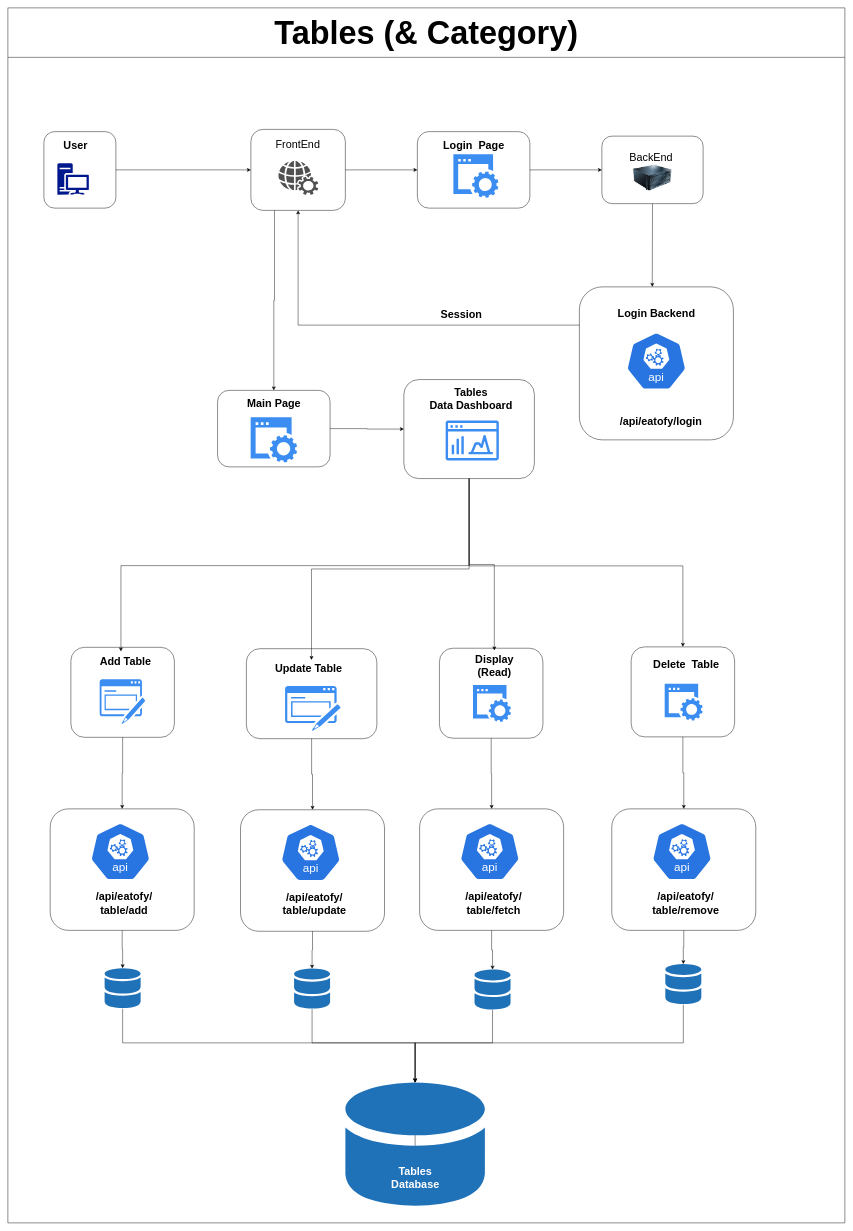
appnichetechnologies/Eatofy-System-Design keeps this draw.io diagram as page "Tables" (4 of 6) of eatofy.drawio. Above is the earlier version. Source tidied: cells renumbered, new cells numbered last; positions are measured from the earlier drawing's top-left corner, leaving out a move shared by most shapes. Both pictures are drawn from the tidied source at 45%, with x=0, y=0 at pixel (8, 8).
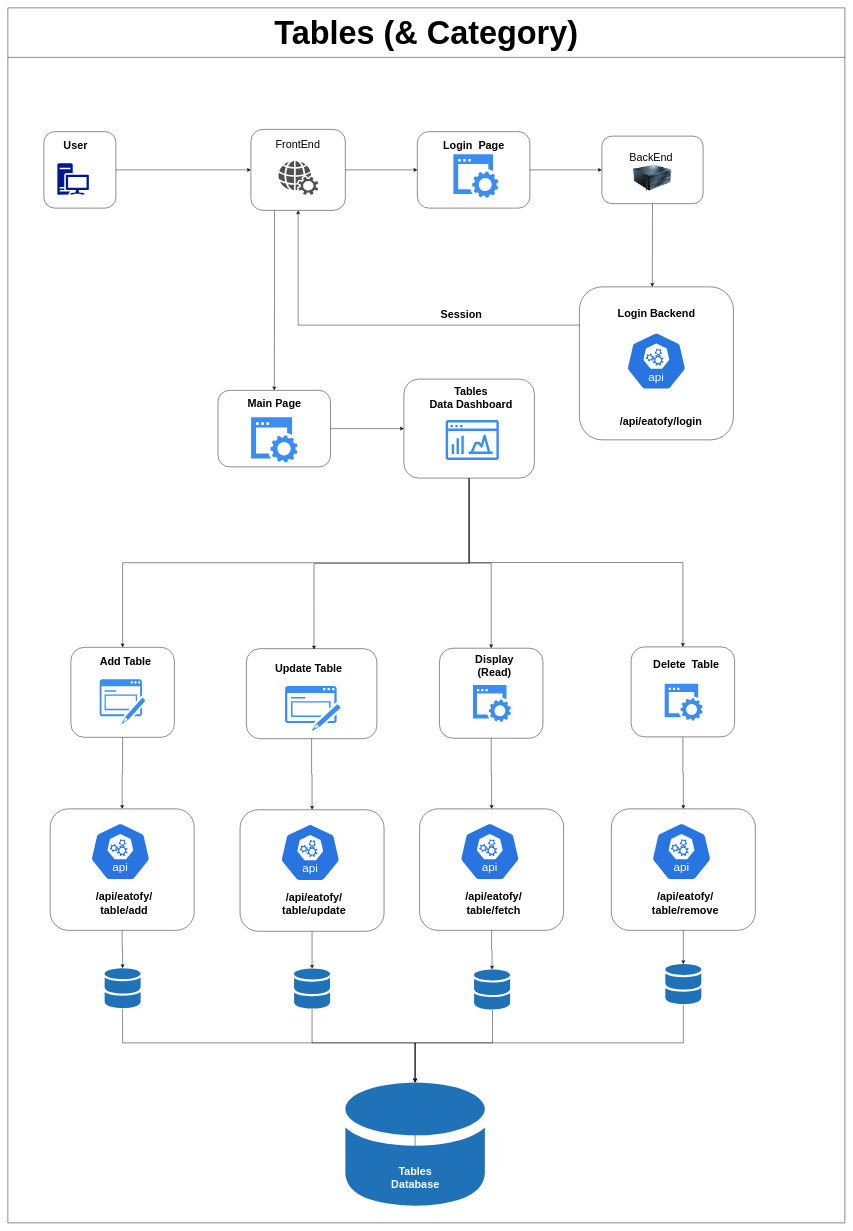
After the change.

The change refers to these unchanged cells:
```xml
<mxCell id="45" style="rounded=1;whiteSpace=wrap;html=1;fillColor=none;" parent="44" vertex="1">
  <mxGeometry width="230" height="200" as="geometry" />
</mxCell>
<mxCell id="46" value="&lt;font style=&quot;font-size: 24px;&quot;&gt;&lt;b&gt;Add Table&lt;/b&gt;&lt;br&gt;&lt;/font&gt;" style="text;html=1;align=center;verticalAlign=middle;points=[];strokeColor=none;fillColor=none;" parent="44" vertex="1">
  <mxGeometry x="46" y="11.8" width="150" height="40" as="geometry" />
</mxCell>
<mxCell id="49" style="rounded=1;whiteSpace=wrap;html=1;fillColor=none;" parent="48" vertex="1">
  <mxGeometry width="290" height="200" as="geometry" />
</mxCell>
<mxCell id="50" value="&lt;div&gt;&lt;font style=&quot;font-size: 24px;&quot;&gt;&lt;b&gt; Update Table&lt;/b&gt;&lt;/font&gt;&lt;/div&gt;" style="text;html=1;align=center;verticalAlign=middle;points=[];strokeColor=none;fillColor=none;" parent="48" vertex="1">
  <mxGeometry x="47.7" y="23.8" width="180" height="40" as="geometry" />
</mxCell>
<mxCell id="55" style="rounded=1;whiteSpace=wrap;html=1;fillColor=none;" parent="53" vertex="1">
  <mxGeometry width="230" height="200" as="geometry" />
</mxCell>
<mxCell id="56" value="&lt;div&gt;&lt;font style=&quot;font-size: 24px;&quot;&gt;&lt;b&gt;Display &lt;/b&gt;&lt;/font&gt;&lt;/div&gt;&lt;div&gt;&lt;font style=&quot;font-size: 24px;&quot;&gt;&lt;b&gt;(Read)&lt;br&gt;&lt;/b&gt;&lt;/font&gt;&lt;/div&gt;" style="text;html=1;align=center;verticalAlign=middle;points=[];strokeColor=none;fillColor=none;" parent="53" vertex="1">
  <mxGeometry x="67" y="4.8" width="110" height="70" as="geometry" />
</mxCell>
<mxCell id="59" style="rounded=1;whiteSpace=wrap;html=1;fillColor=none;" parent="57" vertex="1">
  <mxGeometry width="230" height="200" as="geometry" />
</mxCell>
<mxCell id="62" style="rounded=1;whiteSpace=wrap;html=1;fillColor=none;" parent="61" vertex="1">
  <mxGeometry width="290" height="220" as="geometry" />
</mxCell>
```

Diff of the diagram source:
```diff
@@
     <mxCell id="31" style="group;" parent="1" vertex="1">
-      <mxGeometry x="466" y="850" width="250" height="170" as="geometry" />
+      <mxGeometry x="467" y="850" width="250" height="170" as="geometry" />
     </mxCell>
@@
     <mxCell id="40" style="sketch=0;shadow=0;dashed=0;html=1;strokeColor=none;labelPosition=center;verticalLabelPosition=bottom;verticalAlign=top;outlineConnect=0;align=center;shape=mxgraph.office.databases.database_mini_2;fillColor=#2072B8;" parent="1" vertex="1">
-      <mxGeometry x="1037" y="2137" width="80" height="90" as="geometry" />
+      <mxGeometry x="1036" y="2137" width="80" height="90" as="geometry" />
     </mxCell>
@@
-    <mxCell id="43" style="sketch=0;shadow=0;dashed=0;html=1;strokeColor=none;labelPosition=center;verticalLabelPosition=bottom;verticalAlign=top;outlineConnect=0;align=center;shape=mxgraph.office.databases.database_mini_1;fillColor=#2072B8;" parent="1" vertex="1">
-      <mxGeometry x="750" y="2388" width="310" height="280" as="geometry" />
-    </mxCell>
@@
-    <mxCell id="52" value="&lt;div&gt;&lt;font color=&quot;#ffffff&quot; style=&quot;font-size: 24px;&quot;&gt;Tables&lt;br&gt;&lt;/font&gt;&lt;/div&gt;&lt;div&gt;&lt;font color=&quot;#ffffff&quot; style=&quot;font-size: 24px;&quot;&gt;Database&lt;/font&gt;&lt;/div&gt;" style="text;strokeColor=none;fillColor=none;html=1;fontSize=24;fontStyle=1;verticalAlign=middle;align=center;" parent="1" vertex="1">
-      <mxGeometry x="730" y="2540" width="350" height="120" as="geometry" />
-    </mxCell>
@@
     <mxCell id="61" style="group;" parent="1" vertex="1">
-      <mxGeometry x="880" y="826" width="299.4" height="220" as="geometry" />
+      <mxGeometry x="880" y="825" width="299.4" height="220" as="geometry" />
     </mxCell>
@@
-    <mxCell id="66" style="edgeStyle=orthogonalEdgeStyle;rounded=0;jettySize=auto;html=1;exitX=0.5;exitY=1;exitDx=0;exitDy=0;entryX=0.435;entryY=-0.069;entryDx=0;entryDy=0;entryPerimeter=0;" parent="1" edge="1" source="62" target="46">
-      <mxGeometry relative="1" as="geometry" />
-    </mxCell>
-    <mxCell id="67" style="edgeStyle=orthogonalEdgeStyle;rounded=0;jettySize=auto;html=1;exitX=0.5;exitY=1;exitDx=0;exitDy=0;entryX=0.539;entryY=0.032;entryDx=0;entryDy=0;entryPerimeter=0;" parent="1" edge="1" source="62" target="50">
-      <mxGeometry relative="1" as="geometry" />
-    </mxCell>
-    <mxCell id="68" style="edgeStyle=orthogonalEdgeStyle;rounded=0;jettySize=auto;html=1;exitX=0.5;exitY=1;exitDx=0;exitDy=0;" parent="1" edge="1" source="62" target="56">
-      <mxGeometry relative="1" as="geometry" />
-    </mxCell>
@@
     <mxCell id="74" style="group;" parent="1" vertex="1">
-      <mxGeometry x="517" y="1782" width="359" height="270" as="geometry" />
+      <mxGeometry x="516" y="1782" width="359" height="270" as="geometry" />
     </mxCell>
@@
     <mxCell id="82" style="group;" parent="1" vertex="1">
-      <mxGeometry x="1342" y="1780" width="320" height="270" as="geometry" />
+      <mxGeometry x="1341" y="1780" width="320" height="270" as="geometry" />
     </mxCell>
@@
-    <mxCell id="89" style="edgeStyle=orthogonalEdgeStyle;rounded=0;jettySize=auto;html=1;exitX=0.5;exitY=1;exitDx=0;exitDy=0;entryX=0.5;entryY=0;entryDx=0;entryDy=0;" parent="1" edge="1" source="62" target="59">
-      <mxGeometry relative="1" as="geometry">
-        <Array as="points">
-          <mxPoint x="1025" y="1240" />
-          <mxPoint x="1500" y="1240" />
-        </Array>
-      </mxGeometry>
-    </mxCell>
@@
+    <mxCell id="94" style="edgeStyle=orthogonalEdgeStyle;rounded=0;jettySize=auto;html=1;exitX=0.5;exitY=1;exitDx=0;exitDy=0;entryX=0.5;entryY=0;entryDx=0;entryDy=0;" parent="1" edge="1" source="62" target="55">
+      <mxGeometry relative="1" as="geometry">
+        <Array as="points">
+          <mxPoint x="1025" y="1234" />
+          <mxPoint x="1074" y="1234" />
+        </Array>
+      </mxGeometry>
+    </mxCell>
+    <mxCell id="95" style="edgeStyle=orthogonalEdgeStyle;rounded=0;jettySize=auto;html=1;exitX=0.5;exitY=1;exitDx=0;exitDy=0;entryX=0.518;entryY=0.009;entryDx=0;entryDy=0;entryPerimeter=0;" parent="1" edge="1" source="62" target="49">
+      <mxGeometry relative="1" as="geometry" />
+    </mxCell>
+    <mxCell id="96" style="edgeStyle=orthogonalEdgeStyle;rounded=0;jettySize=auto;html=1;exitX=0.5;exitY=1;exitDx=0;exitDy=0;entryX=0.5;entryY=0;entryDx=0;entryDy=0;" parent="1" edge="1" source="62" target="45">
+      <mxGeometry relative="1" as="geometry" />
+    </mxCell>
+    <mxCell id="89" style="edgeStyle=orthogonalEdgeStyle;rounded=0;jettySize=auto;html=1;exitX=0.5;exitY=1;exitDx=0;exitDy=0;entryX=0.5;entryY=0;entryDx=0;entryDy=0;" parent="1" edge="1" source="62" target="59">
+      <mxGeometry relative="1" as="geometry" />
+    </mxCell>
+    <mxCell id="97" style="group;" parent="1" vertex="1">
+      <mxGeometry x="730" y="2388" width="350" height="280" as="geometry" />
+    </mxCell>
+    <mxCell id="43" style="sketch=0;shadow=0;dashed=0;html=1;strokeColor=none;labelPosition=center;verticalLabelPosition=bottom;verticalAlign=top;outlineConnect=0;align=center;shape=mxgraph.office.databases.database_mini_1;fillColor=#2072B8;" parent="97" vertex="1">
+      <mxGeometry x="20" width="310" height="280" as="geometry" />
+    </mxCell>
+    <mxCell id="52" value="&lt;div&gt;&lt;font color=&quot;#ffffff&quot; style=&quot;font-size: 24px;&quot;&gt;Tables&lt;br&gt;&lt;/font&gt;&lt;/div&gt;&lt;div&gt;&lt;font color=&quot;#ffffff&quot; style=&quot;font-size: 24px;&quot;&gt;Database&lt;/font&gt;&lt;/div&gt;" style="text;strokeColor=none;fillColor=none;html=1;fontSize=24;fontStyle=1;verticalAlign=middle;align=center;" parent="97" vertex="1">
+      <mxGeometry y="152" width="350" height="120" as="geometry" />
+    </mxCell>
```
